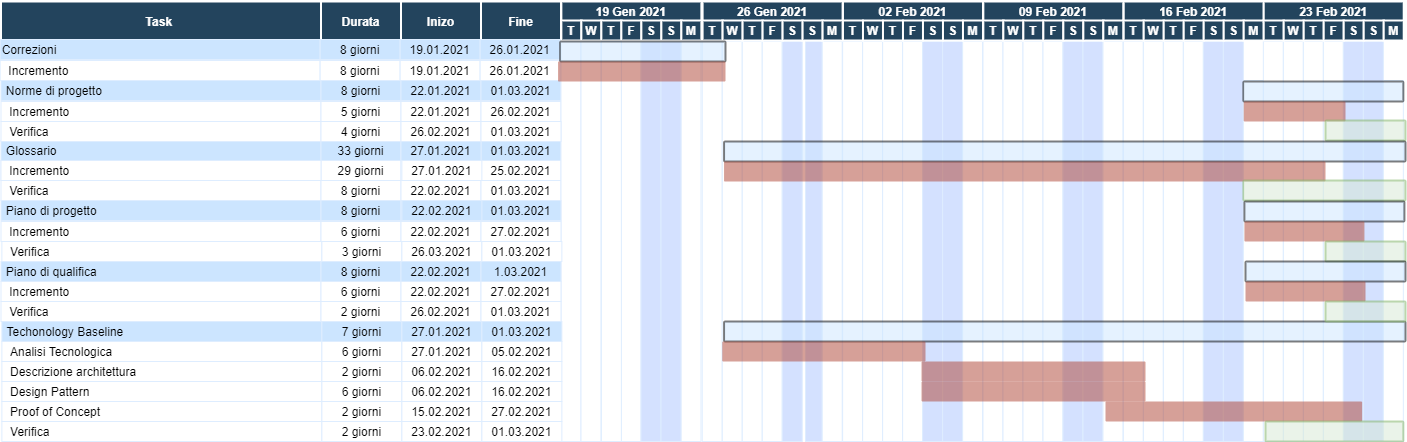
Above: piano-di-progetto/source/img/Progettazione_architetturale.png in CodeOfDutyJS/documentazione (draw.io), before the change. Source tidied: cells renumbered, new cells last; positions are measured from the earlier drawing's top-left corner, leaving out a move shared by most shapes.
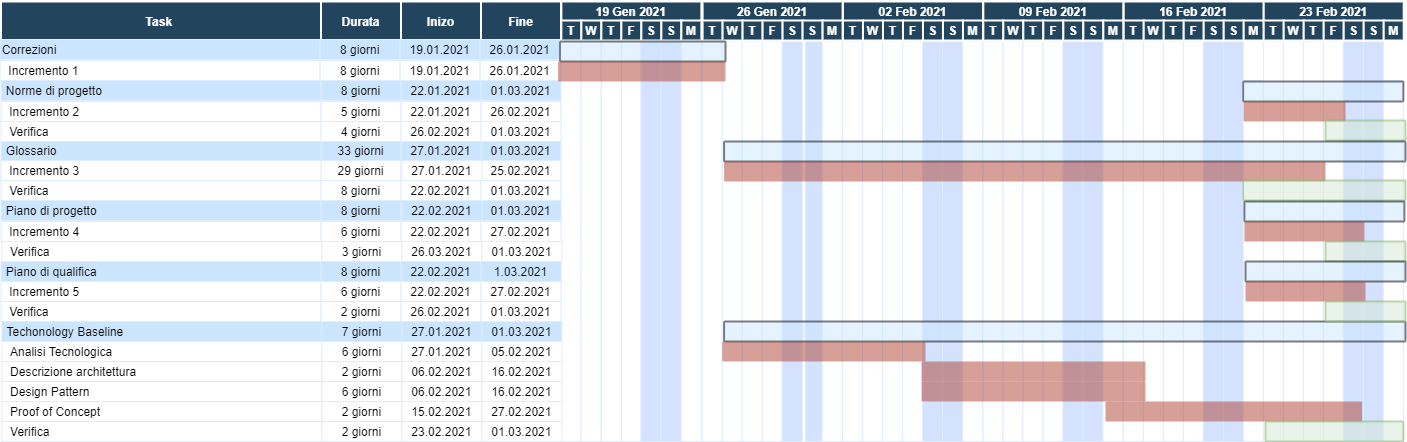
Above is the later version.

Diff of the diagram source:
```diff
@@ -14,7 +14,7 @@
     <mxCell id="5" value="01.03.2021" style="strokeColor=#DEEDFF;fillColor=#CCE5FF;" parent="1" vertex="1">
       <mxGeometry x="480.5" y="79" width="80" height="20" as="geometry" />
     </mxCell>
-    <mxCell id="6" value="  Incremento" style="align=left;strokeColor=#DEEDFF;" parent="1" vertex="1">
+    <mxCell id="6" value="  Incremento 2" style="align=left;strokeColor=#DEEDFF;" parent="1" vertex="1">
       <mxGeometry x="0.5" y="100" width="320" height="20" as="geometry" />
     </mxCell>
     <mxCell id="7" value="5 giorni" style="strokeColor=#DEEDFF;" parent="1" vertex="1">
@@ -104,7 +104,7 @@
     <mxCell id="35" value="01.03.2021" style="strokeColor=#DEEDFF;fillColor=#CCE5FF;" parent="1" vertex="1">
       <mxGeometry x="480.5" y="199" width="80" height="20" as="geometry" />
     </mxCell>
-    <mxCell id="36" value="  Incremento" style="align=left;strokeColor=#DEEDFF;" parent="1" vertex="1">
+    <mxCell id="36" value="  Incremento 4" style="align=left;strokeColor=#DEEDFF;" parent="1" vertex="1">
       <mxGeometry x="0.5" y="220" width="320" height="20" as="geometry" />
     </mxCell>
     <mxCell id="37" value="6 giorni" style="strokeColor=#DEEDFF;" parent="1" vertex="1">
@@ -128,7 +128,7 @@
     <mxCell id="43" value="1.03.2021" style="strokeColor=#DEEDFF;fillColor=#CCE5FF;" parent="1" vertex="1">
       <mxGeometry x="480.5" y="260" width="80" height="20" as="geometry" />
     </mxCell>
-    <mxCell id="44" value="  Incremento" style="align=left;strokeColor=#DEEDFF;" parent="1" vertex="1">
+    <mxCell id="44" value="  Incremento 5" style="align=left;strokeColor=#DEEDFF;" parent="1" vertex="1">
       <mxGeometry x="0.5" y="280" width="320" height="20" as="geometry" />
     </mxCell>
     <mxCell id="45" value="6 giorni" style="strokeColor=#DEEDFF;" parent="1" vertex="1">
@@ -152,7 +152,7 @@
     <mxCell id="51" value="01.03.2021" style="strokeColor=#DEEDFF;" parent="1" vertex="1">
       <mxGeometry x="480.5" y="300" width="80" height="20" as="geometry" />
     </mxCell>
-    <mxCell id="52" value="  Incremento" style="align=left;strokeColor=#DEEDFF;" parent="1" vertex="1">
+    <mxCell id="52" value="  Incremento 3" style="align=left;strokeColor=#DEEDFF;" parent="1" vertex="1">
       <mxGeometry x="0.5" y="159" width="320" height="20" as="geometry" />
     </mxCell>
     <mxCell id="53" value="  Verifica" style="align=left;strokeColor=#DEEDFF;" parent="1" vertex="1">
@@ -443,7 +443,7 @@
     <mxCell id="148" value="26.01.2021" style="strokeColor=#DEEDFF;fillColor=#CCE5FF;" parent="1" vertex="1">
       <mxGeometry x="479.6" y="38" width="80" height="20" as="geometry" />
     </mxCell>
-    <mxCell id="149" value="  Incremento" style="align=left;strokeColor=#DEEDFF;" parent="1" vertex="1">
+    <mxCell id="149" value="  Incremento 1" style="align=left;strokeColor=#DEEDFF;" parent="1" vertex="1">
       <mxGeometry x="-0.4" y="59" width="320" height="20" as="geometry" />
     </mxCell>
     <mxCell id="150" value="8 giorni" style="strokeColor=#DEEDFF;" parent="1" vertex="1">
```
